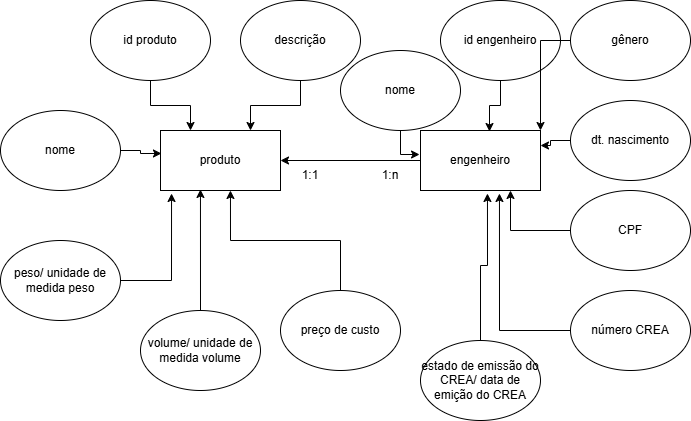
Earlier version of the draw.io export Diagrama sem nome.drawio.png (GabrielDaSilvaGutierres/Modelagem-Banco-Dados). Source tidied: cells renumbered, new cells last; positions are measured from the earlier drawing's top-left corner, leaving out a move shared by most shapes.
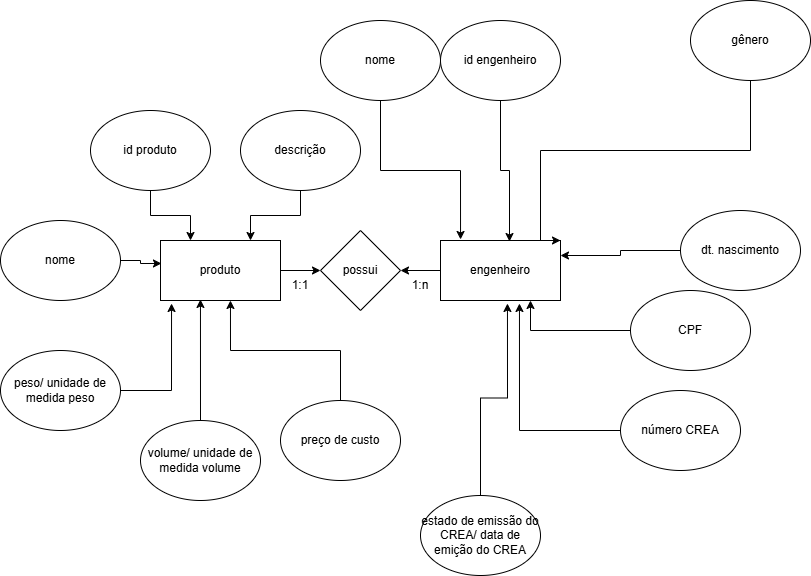
The same file after the commit.

Change to the diagram source:
```diff
@@ -2,23 +2,26 @@
   <root>
     <mxCell id="0" />
     <mxCell id="1" parent="0" />
+    <mxCell id="33" style="edgeStyle=orthogonalEdgeStyle;rounded=0;jettySize=auto;html=1;entryX=0;entryY=0.5;entryDx=0;entryDy=0;" parent="1" edge="1" source="2" target="35">
+      <mxGeometry relative="1" as="geometry" />
+    </mxCell>
     <mxCell id="2" value="produto" style="rounded=0;whiteSpace=wrap;html=1;" parent="1" vertex="1">
       <mxGeometry x="160" y="130" width="120" height="60" as="geometry" />
     </mxCell>
-    <mxCell id="3" style="edgeStyle=orthogonalEdgeStyle;rounded=0;jettySize=auto;html=1;entryX=1;entryY=0.5;entryDx=0;entryDy=0;" parent="1" edge="1" source="4" target="2">
-      <mxGeometry relative="1" as="geometry" />
-    </mxCell>
+    <mxCell id="34" style="edgeStyle=orthogonalEdgeStyle;rounded=0;jettySize=auto;html=1;entryX=1;entryY=0.5;entryDx=0;entryDy=0;" parent="1" edge="1" source="4" target="35">
+      <mxGeometry relative="1" as="geometry" />
+    </mxCell>
     <mxCell id="4" value="engenheiro" style="rounded=0;whiteSpace=wrap;html=1;" parent="1" vertex="1">
-      <mxGeometry x="420" y="130" width="120" height="60" as="geometry" />
+      <mxGeometry x="440" y="130" width="120" height="60" as="geometry" />
     </mxCell>
     <mxCell id="5" value="id engenheiro" style="ellipse;whiteSpace=wrap;html=1;" parent="1" vertex="1">
-      <mxGeometry x="440" width="120" height="80" as="geometry" />
+      <mxGeometry x="440" y="-90" width="120" height="80" as="geometry" />
     </mxCell>
     <mxCell id="6" value="1:n" style="text;html=1;align=center;verticalAlign=middle;whiteSpace=wrap;rounded=0;" parent="1" vertex="1">
-      <mxGeometry x="360" y="160" width="60" height="30" as="geometry" />
+      <mxGeometry x="390" y="160" width="60" height="30" as="geometry" />
     </mxCell>
     <mxCell id="7" value="1:1" style="text;html=1;align=center;verticalAlign=middle;whiteSpace=wrap;rounded=0;" parent="1" vertex="1">
-      <mxGeometry x="280" y="160" width="60" height="30" as="geometry" />
+      <mxGeometry x="270" y="160" width="60" height="30" as="geometry" />
     </mxCell>
     <mxCell id="8" style="edgeStyle=orthogonalEdgeStyle;rounded=0;jettySize=auto;html=1;entryX=0.25;entryY=0;entryDx=0;entryDy=0;" parent="1" edge="1" source="9" target="2">
       <mxGeometry relative="1" as="geometry" />
@@ -67,31 +70,31 @@
       </mxGeometry>
     </mxCell>
     <mxCell id="22" value="gênero" style="ellipse;whiteSpace=wrap;html=1;" parent="1" vertex="1">
-      <mxGeometry x="570" width="120" height="80" as="geometry" />
+      <mxGeometry x="690" y="-110" width="120" height="80" as="geometry" />
     </mxCell>
     <mxCell id="23" style="edgeStyle=orthogonalEdgeStyle;rounded=0;jettySize=auto;html=1;entryX=1;entryY=0.25;entryDx=0;entryDy=0;" parent="1" edge="1" source="24" target="4">
       <mxGeometry relative="1" as="geometry" />
     </mxCell>
     <mxCell id="24" value="dt. nascimento" style="ellipse;whiteSpace=wrap;html=1;" parent="1" vertex="1">
-      <mxGeometry x="570" y="100" width="120" height="80" as="geometry" />
+      <mxGeometry x="680" y="100" width="120" height="80" as="geometry" />
     </mxCell>
     <mxCell id="25" style="edgeStyle=orthogonalEdgeStyle;rounded=0;jettySize=auto;html=1;entryX=0.75;entryY=1;entryDx=0;entryDy=0;" parent="1" edge="1" source="26" target="4">
       <mxGeometry relative="1" as="geometry" />
     </mxCell>
     <mxCell id="26" value="CPF" style="ellipse;whiteSpace=wrap;html=1;" parent="1" vertex="1">
-      <mxGeometry x="570" y="190" width="120" height="80" as="geometry" />
+      <mxGeometry x="630" y="180" width="120" height="80" as="geometry" />
     </mxCell>
     <mxCell id="27" value="número CREA" style="ellipse;whiteSpace=wrap;html=1;" parent="1" vertex="1">
-      <mxGeometry x="570" y="290" width="120" height="80" as="geometry" />
+      <mxGeometry x="620" y="280" width="120" height="80" as="geometry" />
     </mxCell>
     <mxCell id="28" value="estado de emissão do CREA/ data de emição do CREA" style="ellipse;whiteSpace=wrap;html=1;" parent="1" vertex="1">
-      <mxGeometry x="420" y="340" width="120" height="80" as="geometry" />
+      <mxGeometry x="420" y="385" width="120" height="80" as="geometry" />
     </mxCell>
-    <mxCell id="29" style="edgeStyle=orthogonalEdgeStyle;rounded=0;jettySize=auto;html=1;entryX=-0.008;entryY=0.4;entryDx=0;entryDy=0;entryPerimeter=0;" parent="1" edge="1" source="30" target="4">
+    <mxCell id="29" style="edgeStyle=orthogonalEdgeStyle;rounded=0;jettySize=auto;html=1;entryX=0.167;entryY=-0.017;entryDx=0;entryDy=0;entryPerimeter=0;" parent="1" edge="1" source="30" target="4">
       <mxGeometry relative="1" as="geometry" />
     </mxCell>
     <mxCell id="30" value="nome" style="ellipse;whiteSpace=wrap;html=1;" parent="1" vertex="1">
-      <mxGeometry x="340" y="50" width="120" height="80" as="geometry" />
+      <mxGeometry x="320" y="-90" width="120" height="80" as="geometry" />
     </mxCell>
     <mxCell id="31" style="edgeStyle=orthogonalEdgeStyle;rounded=0;jettySize=auto;html=1;entryX=0.558;entryY=1.05;entryDx=0;entryDy=0;entryPerimeter=0;" parent="1" edge="1" source="28" target="4">
       <mxGeometry relative="1" as="geometry" />
@@ -99,5 +102,8 @@
     <mxCell id="32" style="edgeStyle=orthogonalEdgeStyle;rounded=0;jettySize=auto;html=1;entryX=0.658;entryY=1.05;entryDx=0;entryDy=0;entryPerimeter=0;" parent="1" edge="1" source="27" target="4">
       <mxGeometry relative="1" as="geometry" />
     </mxCell>
+    <mxCell id="35" value="possui" style="rhombus;whiteSpace=wrap;html=1;" parent="1" vertex="1">
+      <mxGeometry x="320" y="120" width="80" height="80" as="geometry" />
+    </mxCell>
   </root>
 </mxGraphModel>
```
